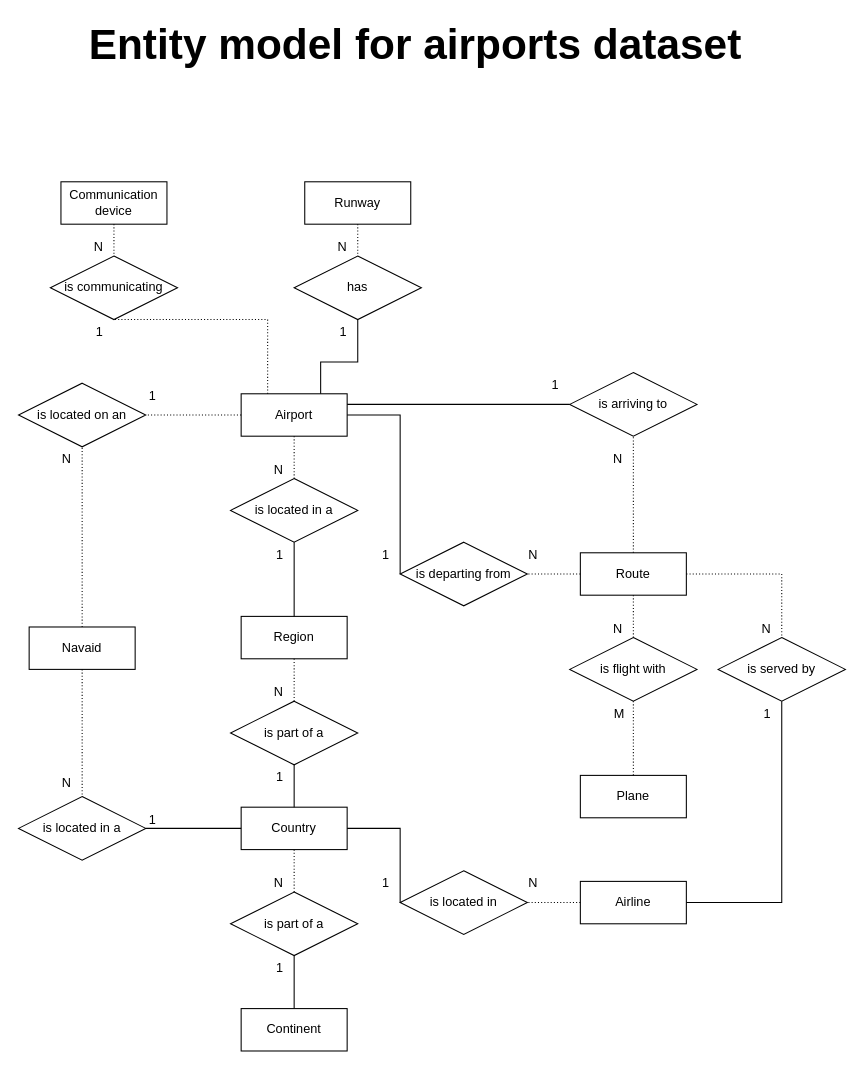
Before: archived_data/Untitled Diagram.drawio in kartol/COVID-19, a draw.io diagram. Source tidied: cells renumbered, new cells numbered last; positions are measured from the earlier drawing's top-left corner, leaving out a move shared by most shapes. Both pictures are drawn from the tidied source at 106%, with x=0, y=0 at pixel (18, 22).
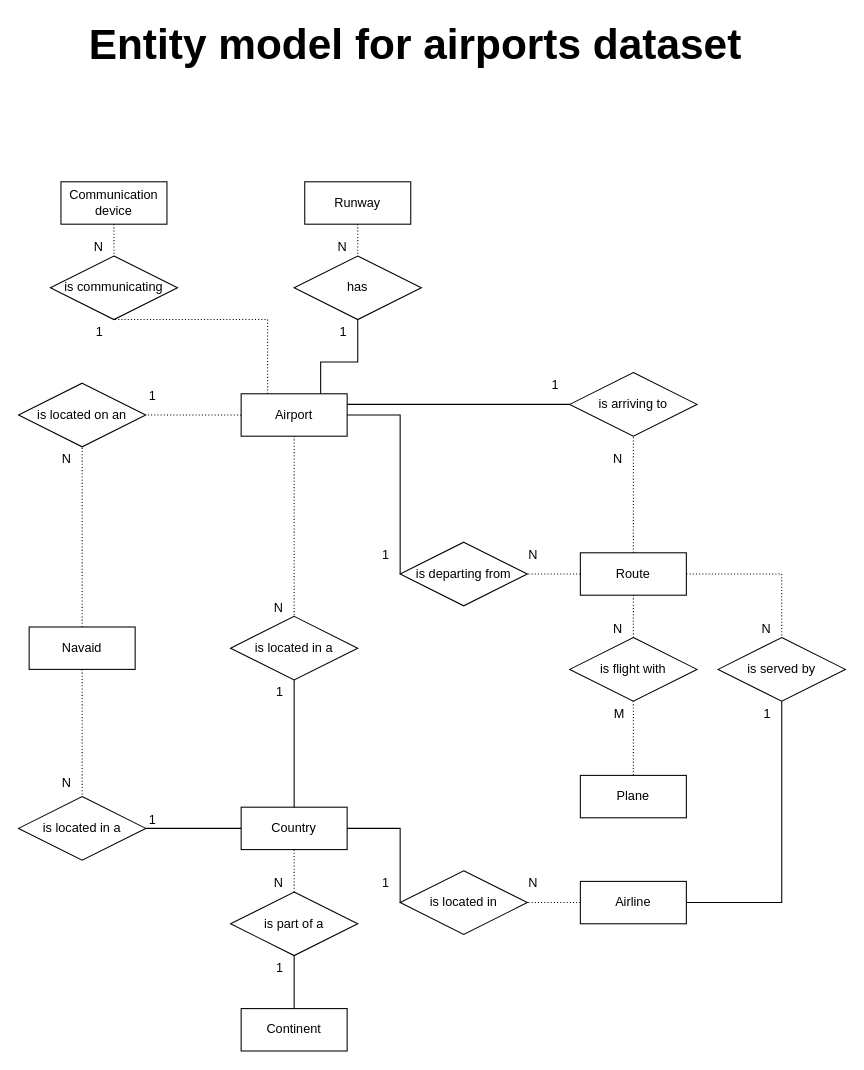
Above is the later version.

The change refers to these unchanged cells:
```xml
<mxCell id="16" value="Country" style="whiteSpace=wrap;html=1;align=center;" parent="1" vertex="1">
  <mxGeometry x="210" y="740" width="100" height="40" as="geometry" />
</mxCell>
```

Change to the diagram source:
```diff
@@
-    <mxCell id="6" value="Region" style="whiteSpace=wrap;html=1;align=center;" parent="1" vertex="1">
-      <mxGeometry x="210" y="560" width="100" height="40" as="geometry" />
-    </mxCell>
@@
-    <mxCell id="17" value="is part of a" style="shape=rhombus;perimeter=rhombusPerimeter;whiteSpace=wrap;html=1;align=center;" parent="1" vertex="1">
-      <mxGeometry x="200" y="640" width="120" height="60" as="geometry" />
-    </mxCell>
-    <mxCell id="18" style="endArrow=none;html=1;rounded=0;shadow=0;exitX=0.5;exitY=0;exitDx=0;exitDy=0;entryX=0.5;entryY=1;entryDx=0;entryDy=0;" parent="1" edge="1" source="16" target="17">
-      <mxGeometry relative="1" as="geometry" />
-    </mxCell>
-    <mxCell id="19" value="1" style="html=1;align=right;verticalAlign=bottom;" parent="18" vertex="1">
-      <mxGeometry x="1" relative="1" as="geometry">
-        <mxPoint x="-10" y="20" as="offset" />
-      </mxGeometry>
-    </mxCell>
     <mxCell id="20" value="is located in a" style="shape=rhombus;perimeter=rhombusPerimeter;whiteSpace=wrap;html=1;align=center;" parent="1" vertex="1">
-      <mxGeometry x="200" y="430" width="120" height="60" as="geometry" />
+      <mxGeometry x="200" y="560" width="120" height="60" as="geometry" />
     </mxCell>
-    <mxCell id="21" style="endArrow=none;html=1;rounded=0;shadow=0;entryX=0.5;entryY=1;entryDx=0;entryDy=0;exitX=0.5;exitY=0;exitDx=0;exitDy=0;" parent="1" edge="1" source="6" target="20">
+    <mxCell id="21" style="endArrow=none;html=1;rounded=0;shadow=0;entryX=0.5;entryY=1;entryDx=0;entryDy=0;exitX=0.5;exitY=0;exitDx=0;exitDy=0;" parent="1" edge="1" source="16" target="20">
       <mxGeometry relative="1" as="geometry" />
     </mxCell>
@@
-    <mxCell id="25" style="endArrow=none;html=1;rounded=0;dashed=1;dashPattern=1 2;shadow=0;exitX=0.5;exitY=1;exitDx=0;exitDy=0;entryX=0.5;entryY=0;entryDx=0;entryDy=0;" parent="1" edge="1" source="6" target="17">
-      <mxGeometry relative="1" as="geometry" />
-    </mxCell>
-    <mxCell id="26" value="N" style="html=1;align=right;verticalAlign=bottom;" parent="25" vertex="1">
-      <mxGeometry x="1" relative="1" as="geometry">
-        <mxPoint x="-10" as="offset" />
-      </mxGeometry>
-    </mxCell>
```
